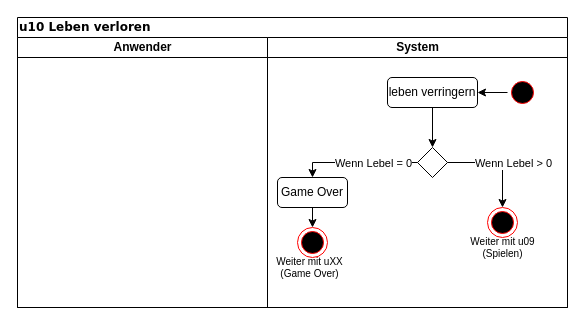
This is u10.drawio from Skill3rboy/OOS, a draw.io file, before an edit. Source tidied: cells renumbered, new cells numbered last; positions are measured from the earlier drawing's top-left corner, leaving out a move shared by most shapes. Both pictures are drawn from the tidied source at 100%, with x=0, y=0 at pixel (17, 17).
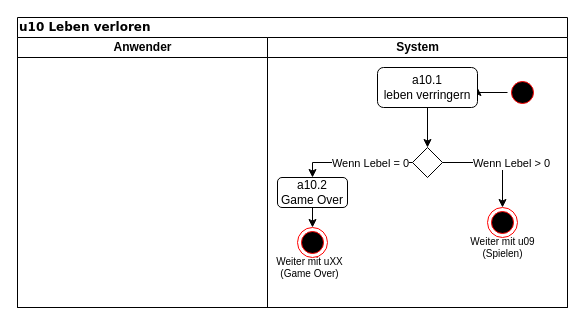
The same diagram, later.

The change refers to these unchanged cells:
```xml
<mxCell id="4" value="System" style="swimlane;html=1;startSize=20;" parent="2" vertex="1">
  <mxGeometry x="250" y="20" width="300" height="270" as="geometry" />
</mxCell>
```

The edit, as a diff of the source:
```diff
@@
-    <mxCell id="8" value="leben verringern" style="rounded=1;whiteSpace=wrap;html=1;" parent="4" vertex="1">
-      <mxGeometry x="120" y="40" width="90" height="30" as="geometry" />
+    <mxCell id="8" value="&lt;div&gt;a10.1&lt;/div&gt;&lt;div&gt;leben verringern&lt;/div&gt;" style="rounded=1;whiteSpace=wrap;html=1;" parent="4" vertex="1">
+      <mxGeometry x="110" y="30" width="100" height="40" as="geometry" />
     </mxCell>
     <mxCell id="9" style="rhombus;whiteSpace=wrap;html=1;" parent="4" vertex="1">
-      <mxGeometry x="150" y="110" width="30" height="30" as="geometry" />
+      <mxGeometry x="145" y="110" width="30" height="30" as="geometry" />
     </mxCell>
@@
-    <mxCell id="11" value="Game Over" style="rounded=1;whiteSpace=wrap;html=1;" parent="4" vertex="1">
+    <mxCell id="11" value="a10.2&lt;br&gt;Game Over" style="rounded=1;whiteSpace=wrap;html=1;" parent="4" vertex="1">
       <mxGeometry x="10" y="140" width="70" height="30" as="geometry" />
     </mxCell>
```
